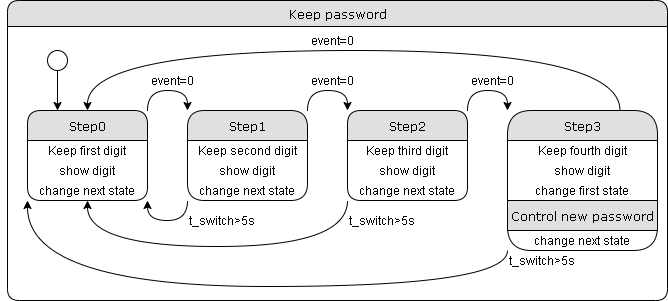
Immaczx/Safe_Loock_FREERTOS keeps this draw.io diagram as Keep_password.png. Above is the earlier version. Source tidied: cells renumbered, new cells last; positions are measured from the earlier drawing's top-left corner, leaving out a move shared by most shapes.
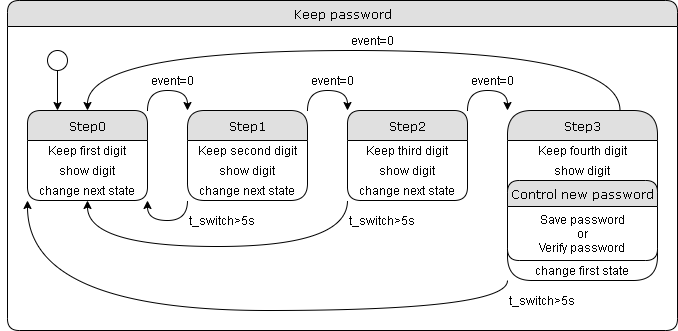
The same file after the commit.

Diff of the diagram source:
```diff
@@ -3,7 +3,7 @@
     <mxCell id="0" />
     <mxCell id="1" parent="0" />
     <mxCell id="2" value="Keep password" style="swimlane;html=1;fontStyle=0;horizontal=1;startSize=26;fillColor=#e0e0e0;swimlaneFillColor=#ffffff;align=center;rounded=1;shadow=0;comic=0;labelBackgroundColor=none;strokeWidth=1;fontFamily=Verdana;fontSize=12;" parent="1" vertex="1">
-      <mxGeometry width="660" height="300" as="geometry" />
+      <mxGeometry width="670" height="330" as="geometry" />
     </mxCell>
     <mxCell id="3" style="edgeStyle=orthogonalEdgeStyle;curved=1;rounded=0;jettySize=auto;html=1;exitX=1;exitY=0;exitDx=0;exitDy=0;entryX=0;entryY=0;entryDx=0;entryDy=0;labelBorderColor=none;shadow=0;sketch=0;" parent="1" edge="1" source="4" target="30">
       <mxGeometry relative="1" as="geometry" />
@@ -34,13 +34,13 @@
     <mxCell id="10" style="edgeStyle=orthogonalEdgeStyle;curved=1;rounded=0;sketch=0;jettySize=auto;html=1;exitX=0;exitY=1;exitDx=0;exitDy=0;entryX=0;entryY=1;entryDx=0;entryDy=0;shadow=0;" parent="1" edge="1" source="11" target="4">
       <mxGeometry relative="1" as="geometry">
         <Array as="points">
-          <mxPoint x="500" y="286" />
-          <mxPoint x="20" y="286" />
+          <mxPoint x="500" y="310" />
+          <mxPoint x="20" y="310" />
         </Array>
       </mxGeometry>
     </mxCell>
     <mxCell id="11" value="Step3" style="swimlane;html=1;fontStyle=0;horizontal=1;startSize=30;fillColor=#e0e0e0;swimlaneFillColor=#ffffff;align=center;rounded=1;shadow=0;comic=0;labelBackgroundColor=none;strokeWidth=1;fontFamily=Verdana;fontSize=12;arcSize=27;" parent="1" vertex="1">
-      <mxGeometry x="500" y="110" width="150" height="140" as="geometry" />
+      <mxGeometry x="500" y="110" width="150" height="170" as="geometry" />
     </mxCell>
     <mxCell id="12" value="Keep&amp;nbsp;&lt;span&gt;fourth&lt;/span&gt;&amp;nbsp;digit" style="text;html=1;strokeColor=none;fillColor=none;align=center;verticalAlign=middle;whiteSpace=wrap;rounded=0;" parent="11" vertex="1">
       <mxGeometry y="30" width="150" height="20" as="geometry" />
@@ -48,15 +48,15 @@
     <mxCell id="13" value="show digit" style="text;html=1;strokeColor=none;fillColor=none;align=center;verticalAlign=middle;whiteSpace=wrap;rounded=0;" parent="11" vertex="1">
       <mxGeometry y="50" width="150" height="20" as="geometry" />
     </mxCell>
+    <mxCell id="15" value="Control new password" style="swimlane;html=1;fontStyle=0;horizontal=1;startSize=26;fillColor=#e0e0e0;swimlaneFillColor=#ffffff;align=center;rounded=1;shadow=0;comic=0;labelBackgroundColor=none;strokeWidth=1;fontFamily=Verdana;fontSize=12;" parent="11" vertex="1">
+      <mxGeometry y="70" width="150" height="80" as="geometry" />
+    </mxCell>
+    <mxCell id="38" value="Save password&lt;br&gt;or&lt;br&gt;Verify password" style="text;html=1;strokeColor=none;fillColor=none;spacingLeft=4;spacingRight=4;whiteSpace=wrap;overflow=hidden;align=center;" parent="15" vertex="1">
+      <mxGeometry y="26" width="150" height="54" as="geometry" />
+    </mxCell>
     <mxCell id="14" value="change first state" style="text;html=1;strokeColor=none;fillColor=none;align=center;verticalAlign=middle;whiteSpace=wrap;rounded=0;" parent="11" vertex="1">
-      <mxGeometry y="70" width="150" height="20" as="geometry" />
+      <mxGeometry y="150" width="150" height="20" as="geometry" />
     </mxCell>
-    <mxCell id="15" value="Control new password" style="swimlane;html=1;fontStyle=0;horizontal=1;startSize=30;fillColor=#e0e0e0;swimlaneFillColor=#ffffff;align=center;rounded=1;shadow=0;comic=0;labelBackgroundColor=none;strokeWidth=1;fontFamily=Verdana;fontSize=12;" parent="11" vertex="1">
-      <mxGeometry y="90" width="150" height="30" as="geometry" />
-    </mxCell>
-    <mxCell id="16" value="change next state" style="text;html=1;strokeColor=none;fillColor=none;align=center;verticalAlign=middle;whiteSpace=wrap;rounded=0;" parent="11" vertex="1">
-      <mxGeometry y="120" width="150" height="20" as="geometry" />
-    </mxCell>
     <mxCell id="17" style="edgeStyle=orthogonalEdgeStyle;curved=1;rounded=0;jettySize=auto;html=1;exitX=1;exitY=0;exitDx=0;exitDy=0;entryX=0;entryY=0;entryDx=0;entryDy=0;" parent="1" edge="1" source="18" target="11">
       <mxGeometry relative="1" as="geometry" />
     </mxCell>
@@ -79,7 +79,7 @@
       <mxGeometry x="340" y="210" width="70" height="20" as="geometry" />
     </mxCell>
     <mxCell id="24" value="t_switch&amp;gt;5s" style="text;html=1;strokeColor=none;fillColor=none;align=center;verticalAlign=middle;whiteSpace=wrap;rounded=0;" parent="1" vertex="1">
-      <mxGeometry x="500" y="250" width="70" height="20" as="geometry" />
+      <mxGeometry x="500" y="290" width="70" height="20" as="geometry" />
     </mxCell>
     <mxCell id="25" style="edgeStyle=orthogonalEdgeStyle;curved=1;rounded=0;sketch=0;jettySize=auto;html=1;exitX=0.75;exitY=0;exitDx=0;exitDy=0;entryX=0.5;entryY=0;entryDx=0;entryDy=0;shadow=0;" parent="1" edge="1" source="11" target="4">
       <mxGeometry relative="1" as="geometry">
@@ -132,7 +132,7 @@
       <mxGeometry x="450" y="70" width="70" height="20" as="geometry" />
     </mxCell>
     <mxCell id="37" value="event=0" style="text;html=1;strokeColor=none;fillColor=none;align=center;verticalAlign=middle;whiteSpace=wrap;rounded=0;" parent="1" vertex="1">
-      <mxGeometry x="290" y="30" width="70" height="20" as="geometry" />
+      <mxGeometry x="330" y="30" width="70" height="20" as="geometry" />
     </mxCell>
   </root>
 </mxGraphModel>
```
